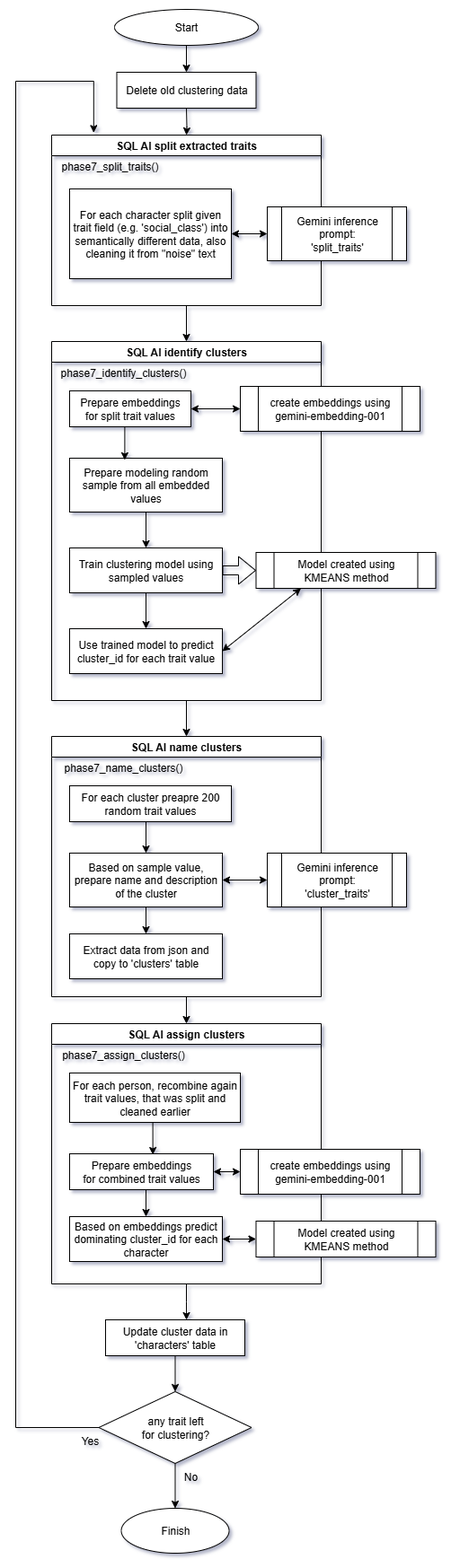
This is diagrams/phase7_clustering.drawio.png from jj123451/book_crawler, a draw.io export, as it was before one commit. Source tidied: cells renumbered, new cells last; positions are measured from the earlier drawing's top-left corner, leaving out a move shared by most shapes. Source of this version:
```xml
<mxGraphModel>
  <root>
    <mxCell id="0" />
    <mxCell id="1" parent="0" />
    <mxCell id="2" style="edgeStyle=orthogonalEdgeStyle;rounded=0;jettySize=auto;html=1;exitX=0.5;exitY=1;exitDx=0;exitDy=0;" parent="1" edge="1" target="6">
      <mxGeometry relative="1" as="geometry">
        <mxPoint x="190" y="110" as="sourcePoint" />
      </mxGeometry>
    </mxCell>
    <mxCell id="3" style="edgeStyle=orthogonalEdgeStyle;rounded=0;jettySize=auto;html=1;exitX=0.5;exitY=1;exitDx=0;exitDy=0;entryX=0.5;entryY=0;entryDx=0;entryDy=0;" parent="1" edge="1" source="4" target="12">
      <mxGeometry relative="1" as="geometry" />
    </mxCell>
    <mxCell id="4" value="Start" style="ellipse;whiteSpace=wrap;html=1;" parent="1" vertex="1">
      <mxGeometry x="110" width="160" height="40" as="geometry" />
    </mxCell>
    <mxCell id="5" style="edgeStyle=orthogonalEdgeStyle;rounded=0;jettySize=auto;html=1;exitX=0.5;exitY=1;exitDx=0;exitDy=0;entryX=0.5;entryY=0;entryDx=0;entryDy=0;" parent="1" edge="1" source="6" target="14">
      <mxGeometry relative="1" as="geometry" />
    </mxCell>
    <mxCell id="6" value="SQL AI split extracted traits" style="swimlane;whiteSpace=wrap;html=1;" parent="1" vertex="1">
      <mxGeometry x="40" y="140" width="300" height="190" as="geometry" />
    </mxCell>
    <mxCell id="7" value="&lt;div&gt;phase7_split_traits()&lt;/div&gt;" style="text;html=1;align=center;verticalAlign=middle;whiteSpace=wrap;rounded=0;" parent="6" vertex="1">
      <mxGeometry y="20" width="130" height="30" as="geometry" />
    </mxCell>
    <mxCell id="8" value="For each character split given trait field (e.g. 'social_class') into semantically different data, also cleaning it from &quot;noise&quot; text" style="rounded=0;whiteSpace=wrap;html=1;" parent="6" vertex="1">
      <mxGeometry x="20" y="60" width="180" height="100" as="geometry" />
    </mxCell>
    <mxCell id="9" value="Finish" style="ellipse;whiteSpace=wrap;html=1;" parent="1" vertex="1">
      <mxGeometry x="117.5" y="1670" width="120" height="50" as="geometry" />
    </mxCell>
    <mxCell id="10" value="Gemini inference&lt;br&gt;prompt:&lt;br&gt;'split_traits'" style="shape=process;whiteSpace=wrap;html=1;backgroundOutline=1;" parent="1" vertex="1">
      <mxGeometry x="280" y="220" width="155" height="60" as="geometry" />
    </mxCell>
    <mxCell id="11" style="endArrow=classic;startArrow=classic;html=1;rounded=0;entryX=0;entryY=0.5;entryDx=0;entryDy=0;exitX=1;exitY=0.5;exitDx=0;exitDy=0;" parent="1" edge="1" source="8" target="10">
      <mxGeometry relative="1" as="geometry" />
    </mxCell>
    <mxCell id="12" value="Delete old clustering data" style="rounded=0;whiteSpace=wrap;html=1;" parent="1" vertex="1">
      <mxGeometry x="112.5" y="70" width="155" height="40" as="geometry" />
    </mxCell>
    <mxCell id="13" style="edgeStyle=orthogonalEdgeStyle;rounded=0;jettySize=auto;html=1;exitX=0.5;exitY=1;exitDx=0;exitDy=0;entryX=0.5;entryY=0;entryDx=0;entryDy=0;" parent="1" edge="1" source="14" target="28">
      <mxGeometry relative="1" as="geometry" />
    </mxCell>
    <mxCell id="14" value="SQL AI identify clusters" style="swimlane;whiteSpace=wrap;html=1;" parent="1" vertex="1">
      <mxGeometry x="40" y="370" width="300" height="400" as="geometry" />
    </mxCell>
    <mxCell id="15" value="&lt;div&gt;phase7_identify_clusters()&lt;/div&gt;" style="text;html=1;align=center;verticalAlign=middle;whiteSpace=wrap;rounded=0;" parent="14" vertex="1">
      <mxGeometry y="20" width="160" height="30" as="geometry" />
    </mxCell>
    <mxCell id="16" value="Prepare embeddings&lt;br&gt;for split trait values" style="rounded=0;whiteSpace=wrap;html=1;" parent="14" vertex="1">
      <mxGeometry x="20" y="55" width="135" height="40" as="geometry" />
    </mxCell>
    <mxCell id="17" value="create embeddings using&lt;br&gt;gemini-embedding-001" style="shape=process;whiteSpace=wrap;html=1;backgroundOutline=1;" parent="14" vertex="1">
      <mxGeometry x="210" y="50" width="200" height="50" as="geometry" />
    </mxCell>
    <mxCell id="18" style="endArrow=classic;startArrow=classic;html=1;rounded=0;entryX=0;entryY=0.5;entryDx=0;entryDy=0;" parent="14" edge="1" source="16" target="17">
      <mxGeometry relative="1" as="geometry" />
    </mxCell>
    <mxCell id="19" style="edgeStyle=orthogonalEdgeStyle;rounded=0;jettySize=auto;html=1;exitX=0.5;exitY=1;exitDx=0;exitDy=0;entryX=0.5;entryY=0;entryDx=0;entryDy=0;" parent="14" edge="1" source="20" target="23">
      <mxGeometry relative="1" as="geometry" />
    </mxCell>
    <mxCell id="20" value="Prepare modeling random sample from all embedded values" style="rounded=0;whiteSpace=wrap;html=1;" parent="14" vertex="1">
      <mxGeometry x="20" y="130" width="170" height="60" as="geometry" />
    </mxCell>
    <mxCell id="21" style="edgeStyle=orthogonalEdgeStyle;rounded=0;jettySize=auto;html=1;exitX=0.5;exitY=1;exitDx=0;exitDy=0;entryX=0.361;entryY=0.033;entryDx=0;entryDy=0;entryPerimeter=0;" parent="14" edge="1" source="16" target="20">
      <mxGeometry relative="1" as="geometry" />
    </mxCell>
    <mxCell id="22" style="edgeStyle=orthogonalEdgeStyle;rounded=0;jettySize=auto;html=1;exitX=0.5;exitY=1;exitDx=0;exitDy=0;entryX=0.5;entryY=0;entryDx=0;entryDy=0;" parent="14" edge="1" source="23" target="24">
      <mxGeometry relative="1" as="geometry" />
    </mxCell>
    <mxCell id="23" value="Train clustering model using sampled values" style="rounded=0;whiteSpace=wrap;html=1;" parent="14" vertex="1">
      <mxGeometry x="20" y="230" width="170" height="50" as="geometry" />
    </mxCell>
    <mxCell id="24" value="Use trained model to predict cluster_id for each trait value" style="rounded=0;whiteSpace=wrap;html=1;" parent="14" vertex="1">
      <mxGeometry x="20" y="320" width="170" height="50" as="geometry" />
    </mxCell>
    <mxCell id="25" value="Model created using KMEANS method" style="shape=process;whiteSpace=wrap;html=1;backgroundOutline=1;" parent="1" vertex="1">
      <mxGeometry x="267.5" y="605" width="200" height="40" as="geometry" />
    </mxCell>
    <mxCell id="26" style="endArrow=classic;startArrow=classic;html=1;rounded=0;exitX=1;exitY=0.5;exitDx=0;exitDy=0;entryX=0.25;entryY=1;entryDx=0;entryDy=0;" parent="1" edge="1" source="24" target="25">
      <mxGeometry relative="1" as="geometry" />
    </mxCell>
    <mxCell id="27" style="edgeStyle=orthogonalEdgeStyle;rounded=0;jettySize=auto;html=1;exitX=0.5;exitY=1;exitDx=0;exitDy=0;entryX=0.5;entryY=0;entryDx=0;entryDy=0;" parent="1" edge="1" source="28" target="37">
      <mxGeometry relative="1" as="geometry" />
    </mxCell>
    <mxCell id="28" value="SQL AI name clusters" style="swimlane;whiteSpace=wrap;html=1;" parent="1" vertex="1">
      <mxGeometry x="40" y="810" width="300" height="290" as="geometry" />
    </mxCell>
    <mxCell id="29" value="&lt;div&gt;phase7_name_clusters()&lt;/div&gt;" style="text;html=1;align=center;verticalAlign=middle;whiteSpace=wrap;rounded=0;" parent="28" vertex="1">
      <mxGeometry y="20" width="160" height="30" as="geometry" />
    </mxCell>
    <mxCell id="30" value="For each cluster preapre 200 random trait values" style="rounded=0;whiteSpace=wrap;html=1;" parent="28" vertex="1">
      <mxGeometry x="20" y="55" width="180" height="40" as="geometry" />
    </mxCell>
    <mxCell id="31" style="edgeStyle=orthogonalEdgeStyle;rounded=0;jettySize=auto;html=1;exitX=0.5;exitY=1;exitDx=0;exitDy=0;entryX=0.5;entryY=0;entryDx=0;entryDy=0;" parent="28" edge="1" source="32" target="34">
      <mxGeometry relative="1" as="geometry" />
    </mxCell>
    <mxCell id="32" value="Based on sample value, prepare name and description of the cluster" style="rounded=0;whiteSpace=wrap;html=1;" parent="28" vertex="1">
      <mxGeometry x="20" y="130" width="170" height="60" as="geometry" />
    </mxCell>
    <mxCell id="33" style="edgeStyle=orthogonalEdgeStyle;rounded=0;jettySize=auto;html=1;exitX=0.5;exitY=1;exitDx=0;exitDy=0;entryX=0.5;entryY=0;entryDx=0;entryDy=0;" parent="28" edge="1" source="30" target="32">
      <mxGeometry relative="1" as="geometry" />
    </mxCell>
    <mxCell id="34" value="Extract data from json and copy to 'clusters' table" style="rounded=0;whiteSpace=wrap;html=1;" parent="28" vertex="1">
      <mxGeometry x="20" y="220" width="170" height="50" as="geometry" />
    </mxCell>
    <mxCell id="35" value="Gemini inference&lt;br&gt;prompt:&lt;br&gt;'cluster_traits'" style="shape=process;whiteSpace=wrap;html=1;backgroundOutline=1;" parent="28" vertex="1">
      <mxGeometry x="240" y="130" width="155" height="60" as="geometry" />
    </mxCell>
    <mxCell id="36" style="endArrow=classic;startArrow=classic;html=1;rounded=0;entryX=0;entryY=0.5;entryDx=0;entryDy=0;exitX=1;exitY=0.5;exitDx=0;exitDy=0;" parent="1" edge="1" source="32">
      <mxGeometry relative="1" as="geometry">
        <mxPoint x="280" y="970" as="targetPoint" />
      </mxGeometry>
    </mxCell>
    <mxCell id="37" value="SQL AI assign clusters" style="swimlane;whiteSpace=wrap;html=1;" parent="1" vertex="1">
      <mxGeometry x="40" y="1130" width="300" height="290" as="geometry" />
    </mxCell>
    <mxCell id="38" value="&lt;div&gt;phase7_assign_clusters()&lt;/div&gt;" style="text;html=1;align=center;verticalAlign=middle;whiteSpace=wrap;rounded=0;" parent="37" vertex="1">
      <mxGeometry y="20" width="160" height="30" as="geometry" />
    </mxCell>
    <mxCell id="39" value="For each person, recombine again trait values, that was split and cleaned earlier" style="rounded=0;whiteSpace=wrap;html=1;" parent="37" vertex="1">
      <mxGeometry x="20" y="55" width="190" height="55" as="geometry" />
    </mxCell>
    <mxCell id="40" style="edgeStyle=orthogonalEdgeStyle;rounded=0;jettySize=auto;html=1;exitX=0.5;exitY=1;exitDx=0;exitDy=0;entryX=0.5;entryY=0;entryDx=0;entryDy=0;" parent="37" edge="1" target="41">
      <mxGeometry relative="1" as="geometry">
        <mxPoint x="105" y="185" as="sourcePoint" />
      </mxGeometry>
    </mxCell>
    <mxCell id="41" value="Based on embeddings predict dominating cluster_id for each character" style="rounded=0;whiteSpace=wrap;html=1;" parent="37" vertex="1">
      <mxGeometry x="20" y="215" width="170" height="50" as="geometry" />
    </mxCell>
    <mxCell id="42" value="Prepare embeddings&lt;br&gt;for combined trait values" style="rounded=0;whiteSpace=wrap;html=1;" parent="37" vertex="1">
      <mxGeometry x="20" y="145" width="160" height="40" as="geometry" />
    </mxCell>
    <mxCell id="43" value="create embeddings using&lt;br&gt;gemini-embedding-001" style="shape=process;whiteSpace=wrap;html=1;backgroundOutline=1;" parent="37" vertex="1">
      <mxGeometry x="210" y="140" width="200" height="50" as="geometry" />
    </mxCell>
    <mxCell id="44" style="endArrow=classic;startArrow=classic;html=1;rounded=0;entryX=0;entryY=0.5;entryDx=0;entryDy=0;" parent="37" edge="1" source="42" target="43">
      <mxGeometry relative="1" as="geometry" />
    </mxCell>
    <mxCell id="45" style="edgeStyle=orthogonalEdgeStyle;rounded=0;jettySize=auto;html=1;exitX=0.5;exitY=1;exitDx=0;exitDy=0;entryX=0.579;entryY=0.025;entryDx=0;entryDy=0;entryPerimeter=0;" parent="37" edge="1" source="39" target="42">
      <mxGeometry relative="1" as="geometry" />
    </mxCell>
    <mxCell id="46" style="shape=flexArrow;endArrow=classic;html=1;rounded=0;exitX=1;exitY=0.5;exitDx=0;exitDy=0;" parent="1" edge="1" source="23" target="25">
      <mxGeometry relative="1" as="geometry" />
    </mxCell>
    <mxCell id="47" value="Model created using KMEANS method" style="shape=process;whiteSpace=wrap;html=1;backgroundOutline=1;" parent="1" vertex="1">
      <mxGeometry x="267.5" y="1350" width="200" height="40" as="geometry" />
    </mxCell>
    <mxCell id="48" style="endArrow=classic;startArrow=classic;html=1;rounded=0;exitX=1;exitY=0.5;exitDx=0;exitDy=0;entryX=0;entryY=0.5;entryDx=0;entryDy=0;" parent="1" edge="1" source="41" target="47">
      <mxGeometry relative="1" as="geometry" />
    </mxCell>
    <mxCell id="49" style="edgeStyle=orthogonalEdgeStyle;rounded=0;jettySize=auto;html=1;exitX=0.5;exitY=1;exitDx=0;exitDy=0;entryX=0.5;entryY=0;entryDx=0;entryDy=0;" parent="1" edge="1" source="50" target="53">
      <mxGeometry relative="1" as="geometry" />
    </mxCell>
    <mxCell id="50" value="Update cluster data in 'characters' table" style="rounded=0;whiteSpace=wrap;html=1;" parent="1" vertex="1">
      <mxGeometry x="100" y="1460" width="155" height="40" as="geometry" />
    </mxCell>
    <mxCell id="51" style="edgeStyle=orthogonalEdgeStyle;rounded=0;jettySize=auto;html=1;exitX=0.5;exitY=1;exitDx=0;exitDy=0;entryX=0.581;entryY=0;entryDx=0;entryDy=0;entryPerimeter=0;" parent="1" edge="1" source="37" target="50">
      <mxGeometry relative="1" as="geometry" />
    </mxCell>
    <mxCell id="52" style="edgeStyle=orthogonalEdgeStyle;rounded=0;jettySize=auto;html=1;exitX=0.5;exitY=1;exitDx=0;exitDy=0;" parent="1" edge="1" source="53" target="9">
      <mxGeometry relative="1" as="geometry" />
    </mxCell>
    <mxCell id="53" value="any trait left&lt;br&gt;for clustering?" style="rhombus;whiteSpace=wrap;html=1;" parent="1" vertex="1">
      <mxGeometry x="92.5" y="1540" width="170" height="80" as="geometry" />
    </mxCell>
    <mxCell id="54" value="Yes" style="text;html=1;align=center;verticalAlign=middle;whiteSpace=wrap;rounded=0;" parent="1" vertex="1">
      <mxGeometry x="52.5" y="1580" width="60" height="30" as="geometry" />
    </mxCell>
    <mxCell id="55" value="No" style="text;html=1;align=center;verticalAlign=middle;whiteSpace=wrap;rounded=0;" parent="1" vertex="1">
      <mxGeometry x="180" y="1620" width="30" height="30" as="geometry" />
    </mxCell>
    <mxCell id="56" style="edgeStyle=orthogonalEdgeStyle;rounded=0;jettySize=auto;html=1;exitX=0;exitY=0.5;exitDx=0;exitDy=0;entryX=0.156;entryY=-0.014;entryDx=0;entryDy=0;entryPerimeter=0;" parent="1" edge="1" source="53" target="6">
      <mxGeometry relative="1" as="geometry">
        <Array as="points">
          <mxPoint y="1580" />
          <mxPoint y="80" />
          <mxPoint x="87" y="80" />
        </Array>
      </mxGeometry>
    </mxCell>
  </root>
</mxGraphModel>
```
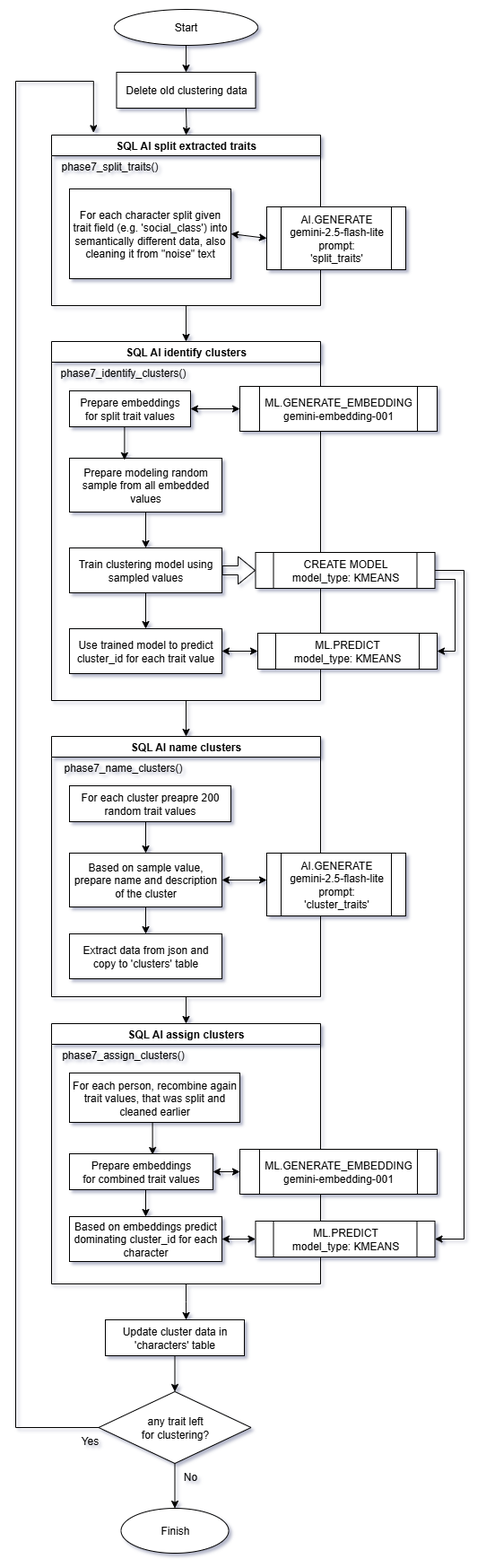
The same diagram one commit later.

Diff of the diagram source:
```diff
@@ -28,8 +28,8 @@
     <mxCell id="9" value="Finish" style="ellipse;whiteSpace=wrap;html=1;" parent="1" vertex="1">
       <mxGeometry x="117.5" y="1670" width="120" height="50" as="geometry" />
     </mxCell>
-    <mxCell id="10" value="Gemini inference&lt;br&gt;prompt:&lt;br&gt;'split_traits'" style="shape=process;whiteSpace=wrap;html=1;backgroundOutline=1;" parent="1" vertex="1">
-      <mxGeometry x="280" y="220" width="155" height="60" as="geometry" />
+    <mxCell id="10" value="AI.GENERATE&lt;br&gt;gemini-2.5-flash-lite&lt;br&gt;prompt:&lt;br&gt;'split_traits'" style="shape=process;whiteSpace=wrap;html=1;backgroundOutline=1;" parent="1" vertex="1">
+      <mxGeometry x="280" y="220" width="155" height="70" as="geometry" />
     </mxCell>
     <mxCell id="11" style="endArrow=classic;startArrow=classic;html=1;rounded=0;entryX=0;entryY=0.5;entryDx=0;entryDy=0;exitX=1;exitY=0.5;exitDx=0;exitDy=0;" parent="1" edge="1" source="8" target="10">
       <mxGeometry relative="1" as="geometry" />
@@ -49,8 +49,8 @@
     <mxCell id="16" value="Prepare embeddings&lt;br&gt;for split trait values" style="rounded=0;whiteSpace=wrap;html=1;" parent="14" vertex="1">
       <mxGeometry x="20" y="55" width="135" height="40" as="geometry" />
     </mxCell>
-    <mxCell id="17" value="create embeddings using&lt;br&gt;gemini-embedding-001" style="shape=process;whiteSpace=wrap;html=1;backgroundOutline=1;" parent="14" vertex="1">
-      <mxGeometry x="210" y="50" width="200" height="50" as="geometry" />
+    <mxCell id="17" value="ML.GENERATE_EMBEDDING&lt;br&gt;gemini-embedding-001" style="shape=process;whiteSpace=wrap;html=1;backgroundOutline=1;" parent="14" vertex="1">
+      <mxGeometry x="210" y="50" width="220" height="50" as="geometry" />
     </mxCell>
     <mxCell id="18" style="endArrow=classic;startArrow=classic;html=1;rounded=0;entryX=0;entryY=0.5;entryDx=0;entryDy=0;" parent="14" edge="1" source="16" target="17">
       <mxGeometry relative="1" as="geometry" />
@@ -73,12 +73,20 @@
     <mxCell id="24" value="Use trained model to predict cluster_id for each trait value" style="rounded=0;whiteSpace=wrap;html=1;" parent="14" vertex="1">
       <mxGeometry x="20" y="320" width="170" height="50" as="geometry" />
     </mxCell>
+    <mxCell id="57" style="edgeStyle=orthogonalEdgeStyle;rounded=0;jettySize=auto;html=1;exitX=1;exitY=0.75;exitDx=0;exitDy=0;entryX=1;entryY=0.5;entryDx=0;entryDy=0;" parent="1" edge="1" source="25" target="59">
+      <mxGeometry relative="1" as="geometry" />
+    </mxCell>
+    <mxCell id="58" style="edgeStyle=orthogonalEdgeStyle;rounded=0;jettySize=auto;html=1;exitX=1;exitY=0.5;exitDx=0;exitDy=0;entryX=1;entryY=0.5;entryDx=0;entryDy=0;" parent="1" edge="1" source="25" target="47">
+      <mxGeometry relative="1" as="geometry">
+        <Array as="points">
+          <mxPoint x="500" y="625" />
+          <mxPoint x="500" y="1370" />
+        </Array>
+      </mxGeometry>
+    </mxCell>
-    <mxCell id="25" value="Model created using KMEANS method" style="shape=process;whiteSpace=wrap;html=1;backgroundOutline=1;" parent="1" vertex="1">
+    <mxCell id="25" value="CREATE MODEL&lt;br&gt;model_type: KMEANS" style="shape=process;whiteSpace=wrap;html=1;backgroundOutline=1;" parent="1" vertex="1">
       <mxGeometry x="267.5" y="605" width="200" height="40" as="geometry" />
     </mxCell>
-    <mxCell id="26" style="endArrow=classic;startArrow=classic;html=1;rounded=0;exitX=1;exitY=0.5;exitDx=0;exitDy=0;entryX=0.25;entryY=1;entryDx=0;entryDy=0;" parent="1" edge="1" source="24" target="25">
-      <mxGeometry relative="1" as="geometry" />
-    </mxCell>
     <mxCell id="27" style="edgeStyle=orthogonalEdgeStyle;rounded=0;jettySize=auto;html=1;exitX=0.5;exitY=1;exitDx=0;exitDy=0;entryX=0.5;entryY=0;entryDx=0;entryDy=0;" parent="1" edge="1" source="28" target="37">
       <mxGeometry relative="1" as="geometry" />
     </mxCell>
@@ -103,8 +111,8 @@
     <mxCell id="34" value="Extract data from json and copy to 'clusters' table" style="rounded=0;whiteSpace=wrap;html=1;" parent="28" vertex="1">
       <mxGeometry x="20" y="220" width="170" height="50" as="geometry" />
     </mxCell>
-    <mxCell id="35" value="Gemini inference&lt;br&gt;prompt:&lt;br&gt;'cluster_traits'" style="shape=process;whiteSpace=wrap;html=1;backgroundOutline=1;" parent="28" vertex="1">
-      <mxGeometry x="240" y="130" width="155" height="60" as="geometry" />
+    <mxCell id="35" value="AI.GENERATE&lt;br&gt;gemini-2.5-flash-lite&lt;br&gt;prompt:&lt;br&gt;'cluster_traits'" style="shape=process;whiteSpace=wrap;html=1;backgroundOutline=1;" parent="28" vertex="1">
+      <mxGeometry x="240" y="130" width="155" height="70" as="geometry" />
     </mxCell>
     <mxCell id="36" style="endArrow=classic;startArrow=classic;html=1;rounded=0;entryX=0;entryY=0.5;entryDx=0;entryDy=0;exitX=1;exitY=0.5;exitDx=0;exitDy=0;" parent="1" edge="1" source="32">
       <mxGeometry relative="1" as="geometry">
@@ -131,8 +139,8 @@
     <mxCell id="42" value="Prepare embeddings&lt;br&gt;for combined trait values" style="rounded=0;whiteSpace=wrap;html=1;" parent="37" vertex="1">
       <mxGeometry x="20" y="145" width="160" height="40" as="geometry" />
     </mxCell>
-    <mxCell id="43" value="create embeddings using&lt;br&gt;gemini-embedding-001" style="shape=process;whiteSpace=wrap;html=1;backgroundOutline=1;" parent="37" vertex="1">
-      <mxGeometry x="210" y="140" width="200" height="50" as="geometry" />
+    <mxCell id="43" value="ML.GENERATE_EMBEDDING&lt;br&gt;gemini-embedding-001" style="shape=process;whiteSpace=wrap;html=1;backgroundOutline=1;" parent="37" vertex="1">
+      <mxGeometry x="210" y="140" width="220" height="50" as="geometry" />
     </mxCell>
     <mxCell id="44" style="endArrow=classic;startArrow=classic;html=1;rounded=0;entryX=0;entryY=0.5;entryDx=0;entryDy=0;" parent="37" edge="1" source="42" target="43">
       <mxGeometry relative="1" as="geometry" />
@@ -143,7 +151,7 @@
     <mxCell id="46" style="shape=flexArrow;endArrow=classic;html=1;rounded=0;exitX=1;exitY=0.5;exitDx=0;exitDy=0;" parent="1" edge="1" source="23" target="25">
       <mxGeometry relative="1" as="geometry" />
     </mxCell>
-    <mxCell id="47" value="Model created using KMEANS method" style="shape=process;whiteSpace=wrap;html=1;backgroundOutline=1;" parent="1" vertex="1">
+    <mxCell id="47" value="ML.PREDICT&lt;br&gt;model_type: KMEANS" style="shape=process;whiteSpace=wrap;html=1;backgroundOutline=1;" parent="1" vertex="1">
       <mxGeometry x="267.5" y="1350" width="200" height="40" as="geometry" />
     </mxCell>
     <mxCell id="48" style="endArrow=classic;startArrow=classic;html=1;rounded=0;exitX=1;exitY=0.5;exitDx=0;exitDy=0;entryX=0;entryY=0.5;entryDx=0;entryDy=0;" parent="1" edge="1" source="41" target="47">
@@ -179,5 +187,11 @@
         </Array>
       </mxGeometry>
     </mxCell>
+    <mxCell id="59" value="ML.PREDICT&lt;br&gt;model_type: KMEANS" style="shape=process;whiteSpace=wrap;html=1;backgroundOutline=1;" parent="1" vertex="1">
+      <mxGeometry x="270" y="695" width="200" height="40" as="geometry" />
+    </mxCell>
+    <mxCell id="26" style="endArrow=classic;startArrow=classic;html=1;rounded=0;exitX=1;exitY=0.5;exitDx=0;exitDy=0;entryX=0;entryY=0.5;entryDx=0;entryDy=0;" parent="1" edge="1" source="24" target="59">
+      <mxGeometry relative="1" as="geometry" />
+    </mxCell>
   </root>
 </mxGraphModel>
```
